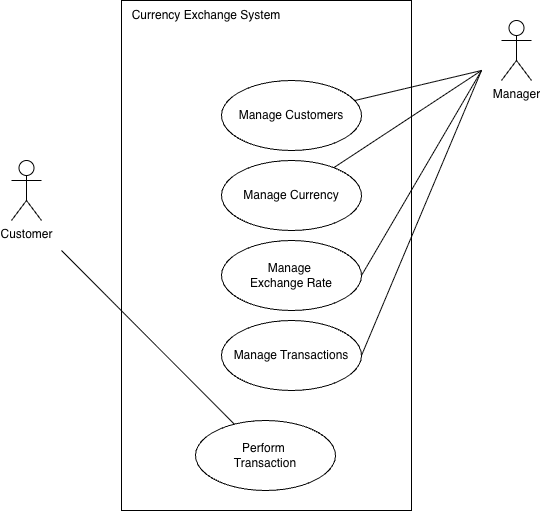
Before: activities/MSE800-Week4-Activity1/currency-exchange-system-usecase-diagram.png, a diagram exported from draw.io (nickjones39/MSE800). Source tidied: cells renumbered, new cells last; positions are measured from the earlier drawing's top-left corner, leaving out a move shared by most shapes.
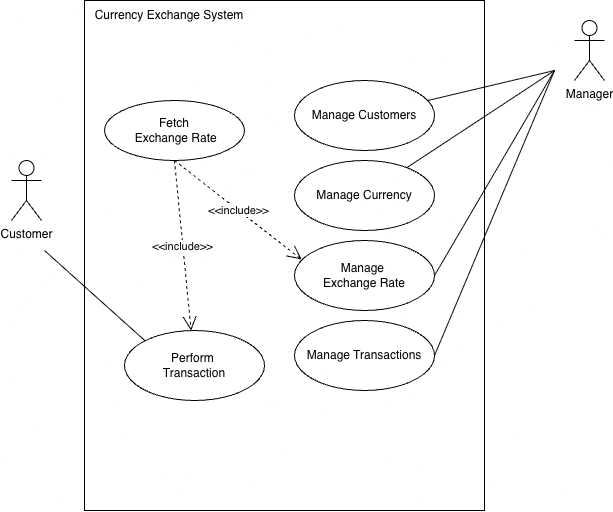
After the change.

Commit message:
Update use case diagram and add drawio source

The edit, as a diff of the source:
```diff
@@ -3,13 +3,13 @@
     <mxCell id="0" />
     <mxCell id="1" parent="0" />
     <mxCell id="2" value="Customer" style="shape=umlActor;verticalLabelPosition=bottom;verticalAlign=top;html=1;" parent="1" vertex="1">
-      <mxGeometry y="160" width="30" height="60" as="geometry" />
+      <mxGeometry x="-73" y="160" width="30" height="60" as="geometry" />
     </mxCell>
     <mxCell id="3" style="rounded=0;whiteSpace=wrap;html=1;" parent="1" vertex="1">
-      <mxGeometry x="110" width="290" height="510" as="geometry" />
+      <mxGeometry width="400" height="510" as="geometry" />
     </mxCell>
     <mxCell id="4" value="Perform&amp;nbsp;&lt;div&gt;Transaction&lt;/div&gt;" style="ellipse;whiteSpace=wrap;html=1;" parent="1" vertex="1">
-      <mxGeometry x="184" y="420" width="140" height="70" as="geometry" />
+      <mxGeometry x="40" y="330" width="140" height="70" as="geometry" />
     </mxCell>
     <mxCell id="5" value="Manage C&lt;span style=&quot;background-color: transparent; color: light-dark(rgb(0, 0, 0), rgb(255, 255, 255));&quot;&gt;urrency&lt;/span&gt;" style="ellipse;whiteSpace=wrap;html=1;" parent="1" vertex="1">
       <mxGeometry x="210" y="160" width="140" height="70" as="geometry" />
@@ -38,9 +38,9 @@
         <mxPoint x="470" y="70" as="targetPoint" />
       </mxGeometry>
     </mxCell>
-    <mxCell id="12" style="endArrow=none;html=1;rounded=0;" parent="1" edge="1" source="4">
+    <mxCell id="12" style="endArrow=none;html=1;rounded=0;exitX=0;exitY=0;exitDx=0;exitDy=0;" parent="1" edge="1" source="4">
       <mxGeometry relative="1" as="geometry">
-        <mxPoint x="50" y="250" as="targetPoint" />
+        <mxPoint x="-40" y="250" as="targetPoint" />
       </mxGeometry>
     </mxCell>
     <mxCell id="13" value="Manage Transactions" style="ellipse;whiteSpace=wrap;html=1;" parent="1" vertex="1">
@@ -52,7 +52,16 @@
       </mxGeometry>
     </mxCell>
     <mxCell id="15" value="Currency Exchange System" style="text;html=1;whiteSpace=wrap;strokeColor=none;fillColor=none;align=center;verticalAlign=middle;rounded=0;" parent="1" vertex="1">
-      <mxGeometry x="110" width="170" height="30" as="geometry" />
+      <mxGeometry width="170" height="30" as="geometry" />
     </mxCell>
+    <mxCell id="16" value="Fetch&lt;div&gt;&amp;nbsp;Exchange Rate&lt;/div&gt;" style="ellipse;whiteSpace=wrap;html=1;" parent="1" vertex="1">
+      <mxGeometry x="20" y="100" width="140" height="60" as="geometry" />
+    </mxCell>
+    <mxCell id="17" value="&amp;lt;&amp;lt;include&amp;gt;&amp;gt;" style="endArrow=open;endSize=12;dashed=1;html=1;rounded=0;entryX=0.05;entryY=0.271;entryDx=0;entryDy=0;entryPerimeter=0;exitX=0.5;exitY=1;exitDx=0;exitDy=0;" parent="1" edge="1" source="16" target="6">
+      <mxGeometry x="0.01" relative="1" as="geometry" />
+    </mxCell>
+    <mxCell id="18" value="&amp;lt;&amp;lt;include&amp;gt;&amp;gt;" style="endArrow=open;endSize=12;dashed=1;html=1;rounded=0;exitX=0.5;exitY=1;exitDx=0;exitDy=0;" parent="1" edge="1" source="16" target="4">
+      <mxGeometry x="0.01" relative="1" as="geometry" />
+    </mxCell>
   </root>
 </mxGraphModel>
```
